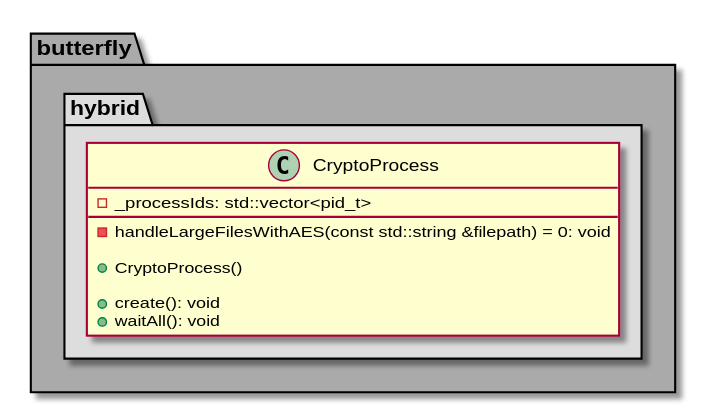
Earlier version of the PlantUML export architecture/class_diagrams/crypto/cryptoProcess.svg (bierschi/butterfly).
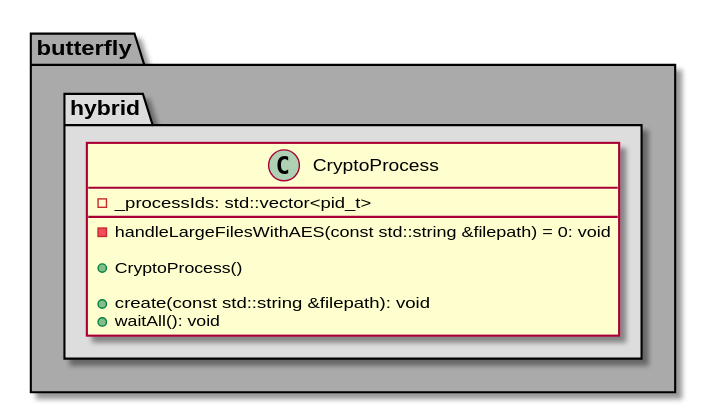
Above is the later version.

Commit message:
Updated some minor changes in architecture crypto folder

Change to the diagram source:
```diff
@@ -13,7 +13,7 @@
 
     + CryptoProcess()
 
-    + create(): void
+    + create(const std::string &filepath): void
     + waitAll(): void
 }
 
```
